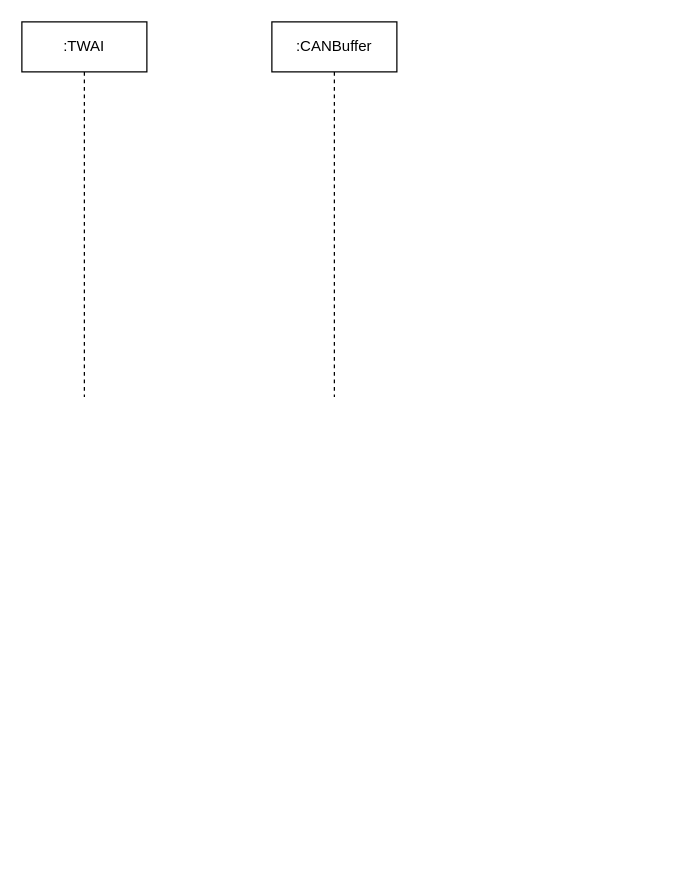
Before: 未命名绘图.drawio in HikerPan/canwifi, a draw.io diagram. Source tidied: cells renumbered, new cells numbered last; positions are measured from the earlier drawing's top-left corner, leaving out a move shared by most shapes. Both pictures are drawn from the tidied source at 125%, with x=0, y=0 at pixel (21, 21).
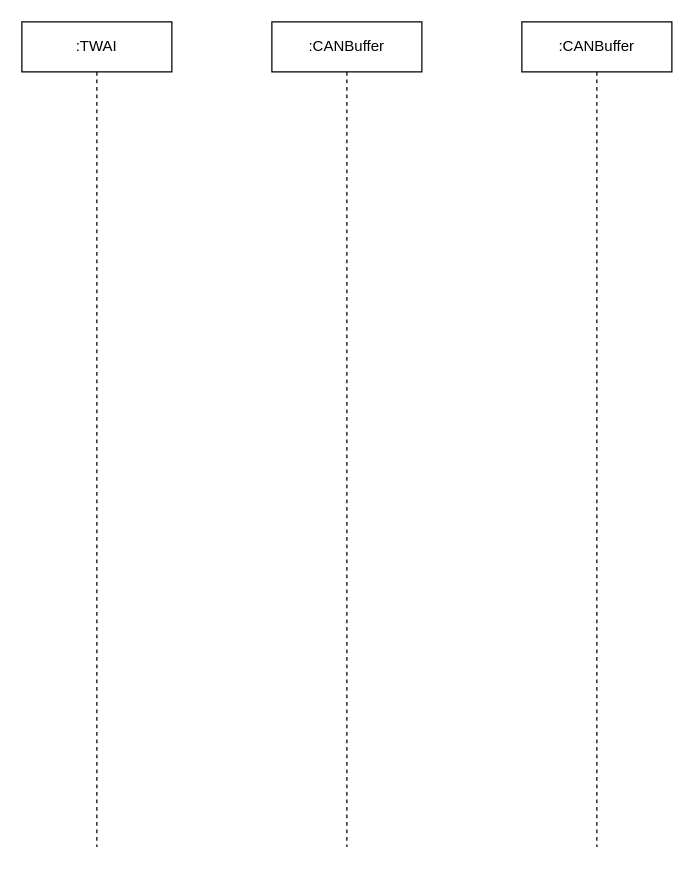
The same diagram, later.

Commit message:
更新未命名绘图.drawio

The edit, as a diff of the source:
```diff
@@
 <mxGraphModel>
   <root>
     <mxCell id="0" />
     <mxCell id="1" parent="0" />
     <mxCell id="2" value=":TWAI" style="shape=umlLifeline;perimeter=lifelinePerimeter;whiteSpace=wrap;html=1;" parent="1" vertex="1">
-      <mxGeometry width="100" height="300" as="geometry" />
+      <mxGeometry width="120" height="660" as="geometry" />
     </mxCell>
     <mxCell id="3" value=":CANBuffer" style="shape=umlLifeline;perimeter=lifelinePerimeter;whiteSpace=wrap;html=1;" parent="1" vertex="1">
-      <mxGeometry x="200" width="100" height="300" as="geometry" />
+      <mxGeometry x="200" width="120" height="660" as="geometry" />
     </mxCell>
+    <mxCell id="4" value=":CANBuffer" style="shape=umlLifeline;perimeter=lifelinePerimeter;whiteSpace=wrap;html=1;" parent="1" vertex="1">
+      <mxGeometry x="400" width="120" height="660" as="geometry" />
+    </mxCell>
   </root>
 </mxGraphModel>
```
